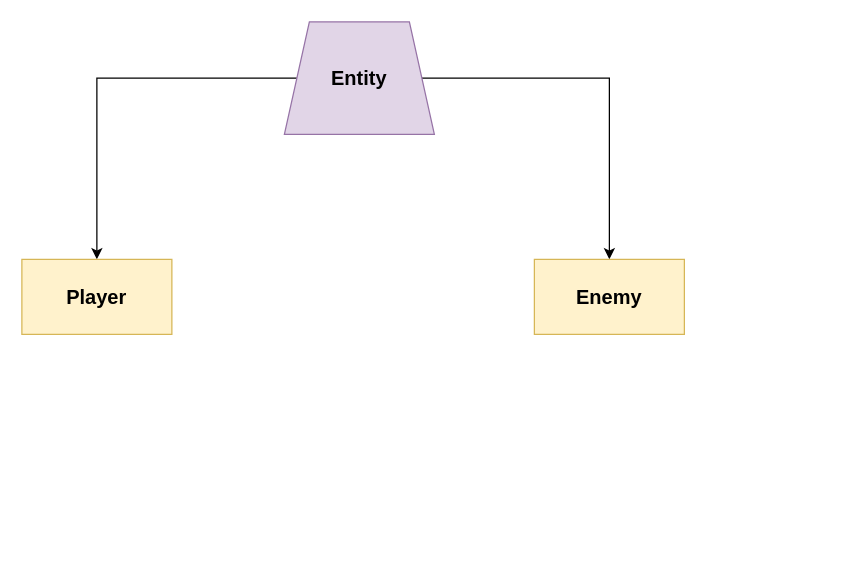
SBSun/Roguelike keeps this draw.io diagram as page "Entity" (2 of 2) of Roguelike Diagram.drawio. Above is the earlier version. Source tidied: cells renumbered, new cells numbered last; positions are measured from the earlier drawing's top-left corner, leaving out a move shared by most shapes. Both pictures are drawn from the tidied source at 125%, with x=0, y=0 at pixel (21, 21).
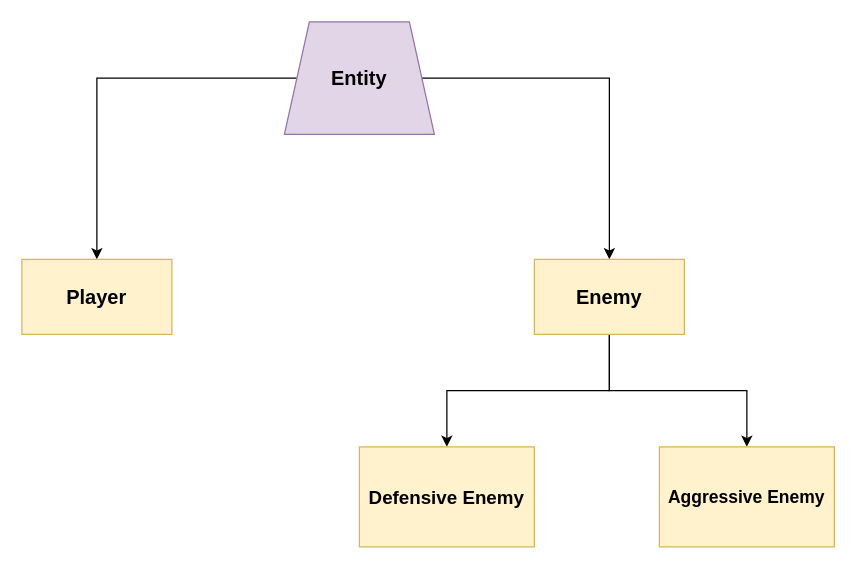
After the change.

What changed in the source:
```diff
@@
 <mxGraphModel>
   <root>
     <mxCell id="0" />
     <mxCell id="1" parent="0" />
     <mxCell id="2" style="edgeStyle=orthogonalEdgeStyle;rounded=0;jettySize=auto;html=1;" parent="1" edge="1" source="4" target="5">
       <mxGeometry relative="1" as="geometry" />
     </mxCell>
     <mxCell id="3" style="edgeStyle=orthogonalEdgeStyle;rounded=0;jettySize=auto;html=1;" parent="1" edge="1" source="4" target="6">
       <mxGeometry relative="1" as="geometry" />
     </mxCell>
     <mxCell id="4" value="&lt;b&gt;&lt;font style=&quot;font-size: 16px&quot;&gt;Entity&lt;/font&gt;&lt;/b&gt;" style="shape=trapezoid;perimeter=trapezoidPerimeter;whiteSpace=wrap;html=1;fixedSize=1;fillColor=#e1d5e7;strokeColor=#9673a6;" parent="1" vertex="1">
       <mxGeometry x="210" width="120" height="90" as="geometry" />
     </mxCell>
     <mxCell id="5" value="&lt;b&gt;&lt;font style=&quot;font-size: 16px&quot;&gt;Player&lt;/font&gt;&lt;/b&gt;" style="whiteSpace=wrap;html=1;strokeColor=#d6b656;fillColor=#fff2cc;" parent="1" vertex="1">
       <mxGeometry y="190" width="120" height="60" as="geometry" />
     </mxCell>
+    <mxCell id="7" style="edgeStyle=orthogonalEdgeStyle;rounded=0;jettySize=auto;html=1;" parent="1" edge="1" source="6" target="9">
+      <mxGeometry relative="1" as="geometry" />
+    </mxCell>
+    <mxCell id="8" style="edgeStyle=orthogonalEdgeStyle;rounded=0;jettySize=auto;html=1;" parent="1" edge="1" source="6" target="10">
+      <mxGeometry relative="1" as="geometry" />
+    </mxCell>
     <mxCell id="6" value="&lt;font style=&quot;font-size: 16px&quot;&gt;&lt;b&gt;Enemy&lt;/b&gt;&lt;/font&gt;" style="whiteSpace=wrap;html=1;strokeColor=#d6b656;fillColor=#fff2cc;" parent="1" vertex="1">
       <mxGeometry x="410" y="190" width="120" height="60" as="geometry" />
     </mxCell>
+    <mxCell id="9" value="Defensive Enemy" style="whiteSpace=wrap;html=1;strokeColor=#d6b656;fillColor=#fff2cc;fontStyle=1;fontSize=15;" parent="1" vertex="1">
+      <mxGeometry x="270" y="340" width="140" height="80" as="geometry" />
+    </mxCell>
+    <mxCell id="10" value="&lt;span style=&quot;font-size: 14px; text-align: left;&quot;&gt;Aggressive Enemy&lt;/span&gt;" style="whiteSpace=wrap;html=1;strokeColor=#d6b656;fillColor=#fff2cc;fontStyle=1;labelBackgroundColor=none;" parent="1" vertex="1">
+      <mxGeometry x="510" y="340" width="140" height="80" as="geometry" />
+    </mxCell>
   </root>
 </mxGraphModel>
```
